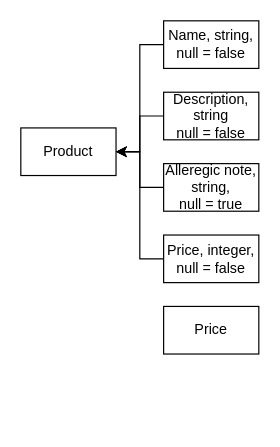
This is Untitled Diagram.drawio from JianDk/HD_website, a draw.io file, before an edit. Source tidied: cells renumbered, new cells numbered last; positions are measured from the earlier drawing's top-left corner, leaving out a move shared by most shapes. Both pictures are drawn from the tidied source at 119%, with x=0, y=0 at pixel (20, 20).
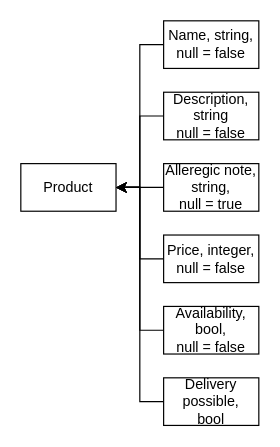
Above is the later version.

What changed in the source:
```diff
@@
 <mxGraphModel>
   <root>
     <mxCell id="0" />
     <mxCell id="1" parent="0" />
     <mxCell id="2" value="Product" style="rounded=0;whiteSpace=wrap;html=1;" parent="1" vertex="1">
-      <mxGeometry y="90" width="80" height="40" as="geometry" />
+      <mxGeometry y="120" width="80" height="40" as="geometry" />
     </mxCell>
     <mxCell id="3" style="edgeStyle=orthogonalEdgeStyle;rounded=0;jettySize=auto;html=1;entryX=1;entryY=0.5;entryDx=0;entryDy=0;" parent="1" edge="1" source="4" target="2">
       <mxGeometry relative="1" as="geometry" />
     </mxCell>
     <mxCell id="4" value="Name, string,&lt;br&gt;null = false" style="rounded=0;whiteSpace=wrap;html=1;" parent="1" vertex="1">
       <mxGeometry x="120" width="80" height="40" as="geometry" />
     </mxCell>
     <mxCell id="5" style="edgeStyle=orthogonalEdgeStyle;rounded=0;jettySize=auto;html=1;entryX=1;entryY=0.5;entryDx=0;entryDy=0;" parent="1" edge="1" source="6" target="2">
       <mxGeometry relative="1" as="geometry" />
     </mxCell>
     <mxCell id="6" value="Description,&lt;br&gt;string&lt;br&gt;null = false" style="rounded=0;whiteSpace=wrap;html=1;" parent="1" vertex="1">
       <mxGeometry x="120" y="60" width="80" height="40" as="geometry" />
     </mxCell>
     <mxCell id="7" style="edgeStyle=orthogonalEdgeStyle;rounded=0;jettySize=auto;html=1;entryX=1;entryY=0.5;entryDx=0;entryDy=0;" parent="1" edge="1" source="8" target="2">
       <mxGeometry relative="1" as="geometry" />
     </mxCell>
     <mxCell id="8" value="Alleregic note, string,&lt;br&gt;null = true" style="rounded=0;whiteSpace=wrap;html=1;" parent="1" vertex="1">
       <mxGeometry x="120" y="120" width="80" height="40" as="geometry" />
     </mxCell>
     <mxCell id="9" style="edgeStyle=orthogonalEdgeStyle;rounded=0;jettySize=auto;html=1;" parent="1" edge="1" source="10">
       <mxGeometry relative="1" as="geometry">
-        <mxPoint x="80" y="110" as="targetPoint" />
+        <mxPoint x="80" y="140" as="targetPoint" />
         <Array as="points">
           <mxPoint x="100" y="200" />
-          <mxPoint x="100" y="110" />
+          <mxPoint x="100" y="140" />
         </Array>
       </mxGeometry>
     </mxCell>
     <mxCell id="10" value="Price, integer,&lt;br&gt;null = false" style="rounded=0;whiteSpace=wrap;html=1;" parent="1" vertex="1">
       <mxGeometry x="120" y="180" width="80" height="40" as="geometry" />
     </mxCell>
+    <mxCell id="12" style="edgeStyle=orthogonalEdgeStyle;rounded=0;jettySize=auto;html=1;entryX=1;entryY=0.5;entryDx=0;entryDy=0;" parent="1" edge="1" source="11" target="2">
+      <mxGeometry relative="1" as="geometry" />
+    </mxCell>
-    <mxCell id="11" value="Price" style="rounded=0;whiteSpace=wrap;html=1;" parent="1" vertex="1">
+    <mxCell id="11" value="Availability,&lt;br&gt;bool,&lt;br&gt;null = false" style="rounded=0;whiteSpace=wrap;html=1;" parent="1" vertex="1">
       <mxGeometry x="120" y="240" width="80" height="40" as="geometry" />
     </mxCell>
+    <mxCell id="13" style="edgeStyle=orthogonalEdgeStyle;rounded=0;jettySize=auto;html=1;entryX=1;entryY=0.5;entryDx=0;entryDy=0;" parent="1" edge="1" source="14" target="2">
+      <mxGeometry relative="1" as="geometry" />
+    </mxCell>
+    <mxCell id="14" value="Delivery possible,&lt;br&gt;bool" style="rounded=0;whiteSpace=wrap;html=1;" parent="1" vertex="1">
+      <mxGeometry x="120" y="300" width="80" height="40" as="geometry" />
+    </mxCell>
   </root>
 </mxGraphModel>
```
